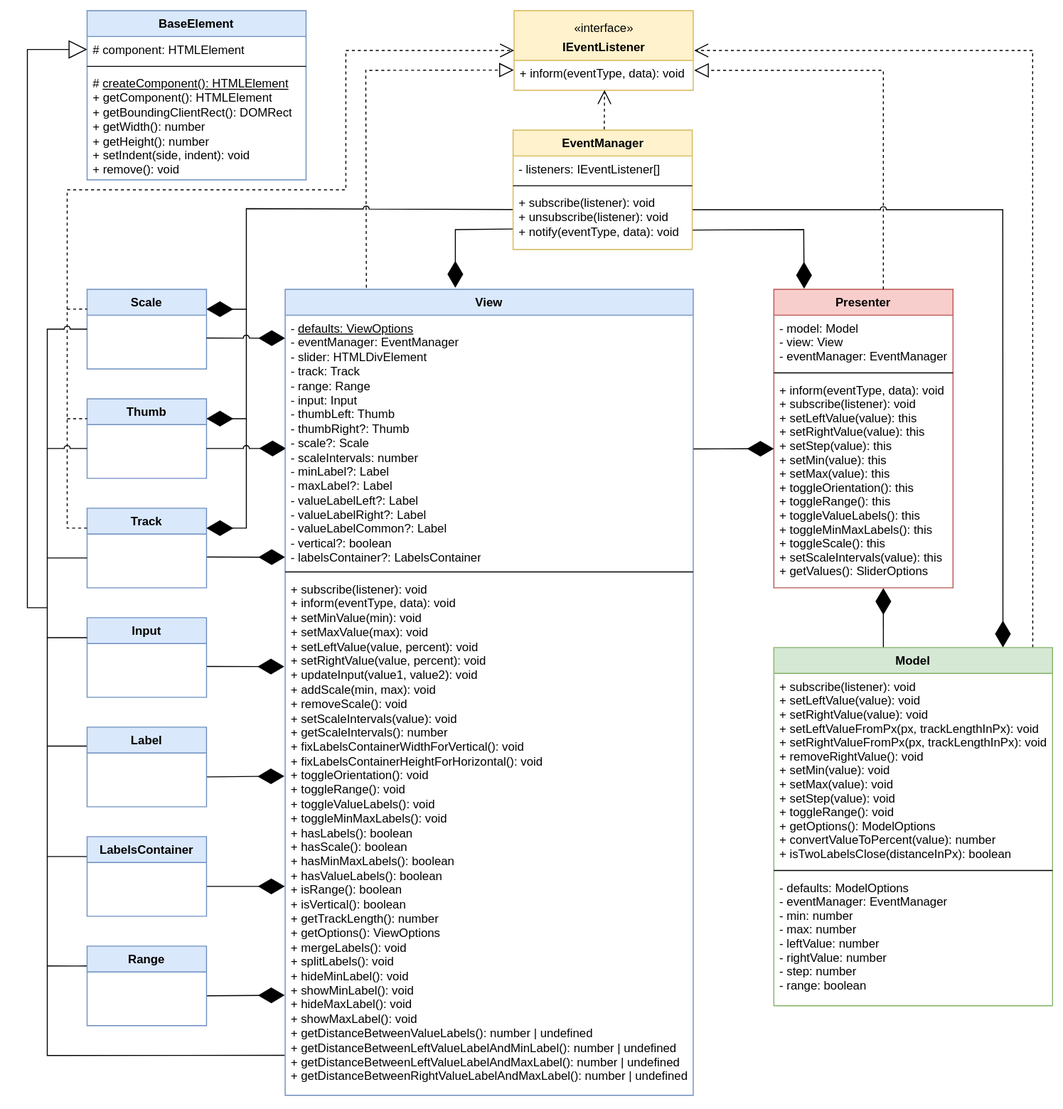
Before: images_for_readme/class-diagram_general-perspective.drawio.svg, a diagram exported from draw.io (Olga-smart/FSD4). Source tidied: cells renumbered, new cells last; positions are measured from the earlier drawing's top-left corner, leaving out a move shared by most shapes.
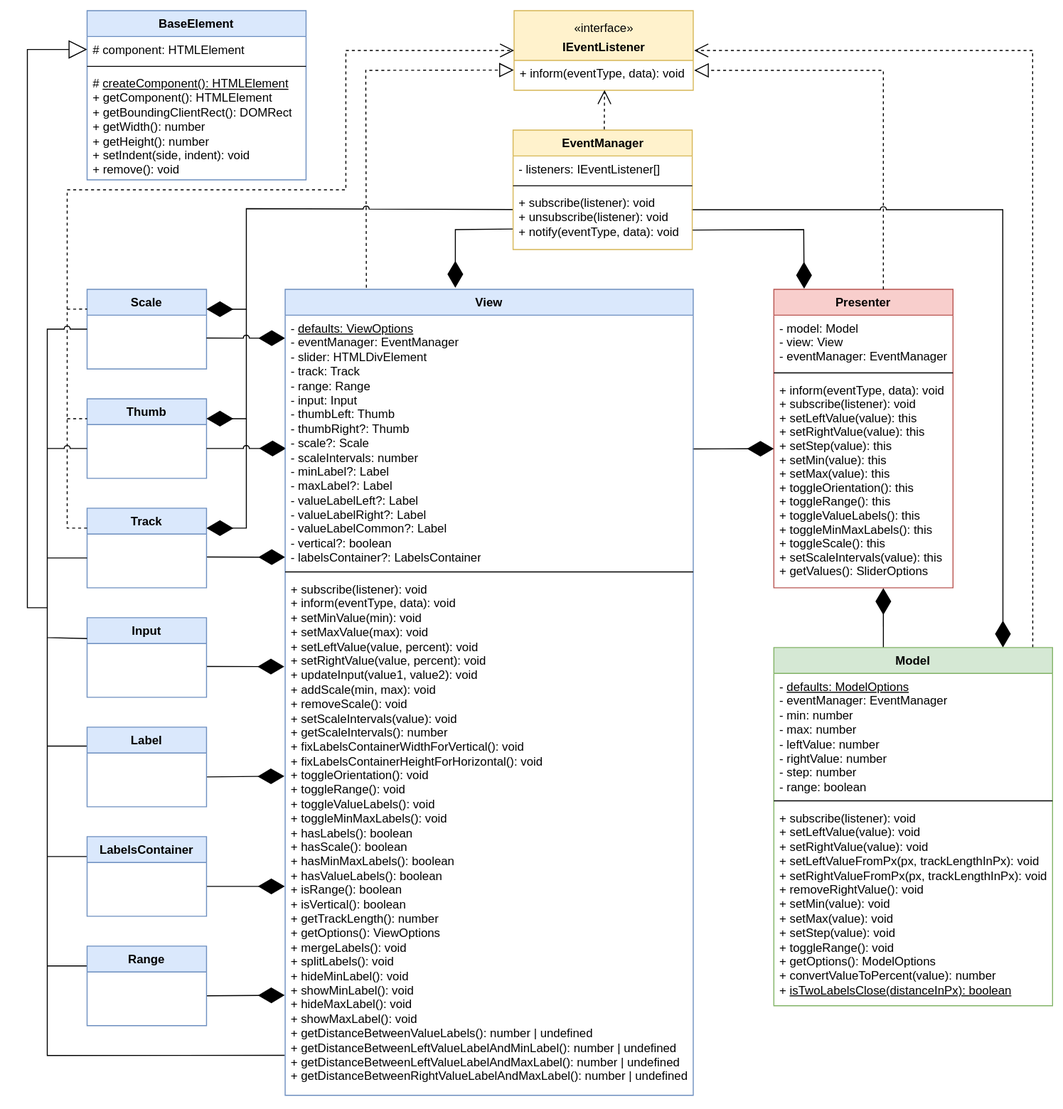
The same file after the commit.

Commit message:
Update class diagram (general perspective)

What changed in the source:
```diff
@@ -295,14 +295,14 @@
     <mxCell id="57" value="Model" style="swimlane;fontStyle=1;align=center;verticalAlign=top;horizontal=1;startSize=26;fillColor=#d5e8d4;strokeColor=#82b366;" parent="1" vertex="1">
       <mxGeometry x="750" y="640" width="280" height="360" as="geometry" />
     </mxCell>
-    <mxCell id="58" value="+ subscribe(listener): void&#10;+ setLeftValue(value): void&#10;+ setRightValue(value): void&#10;+ setLeftValueFromPx(px, trackLengthInPx): void&#10;+ setRightValueFromPx(px, trackLengthInPx): void&#10;+ removeRightValue(): void&#10;+ setMin(value): void&#10;+ setMax(value): void&#10;+ setStep(value): void&#10;+ toggleRange(): void&#10;+ getOptions(): ModelOptions&#10;+ convertValueToPercent(value): number&#10;+ isTwoLabelsClose(distanceInPx): boolean&#10;" style="text;strokeColor=none;fillColor=none;align=left;verticalAlign=top;spacingLeft=4;spacingRight=4;overflow=hidden;" parent="57" vertex="1">
-      <mxGeometry y="26" width="280" height="194" as="geometry" />
+    <mxCell id="58" value="-&amp;nbsp;&lt;u&gt;defaults: ModelOptions&lt;/u&gt;&lt;br&gt;- eventManager: EventManager&lt;br&gt;- min: number&lt;br&gt;- max: number&lt;br&gt;- leftValue: number&lt;br&gt;- rightValue: number&lt;br&gt;- step: number&lt;br&gt;- range: boolean" style="text;strokeColor=none;fillColor=none;align=left;verticalAlign=top;spacingLeft=4;spacingRight=4;overflow=hidden;html=1;" parent="57" vertex="1">
+      <mxGeometry y="26" width="280" height="124" as="geometry" />
     </mxCell>
     <mxCell id="59" style="line;strokeWidth=1;align=left;verticalAlign=middle;spacingTop=-1;spacingLeft=3;spacingRight=3;labelPosition=right;" parent="57" vertex="1">
-      <mxGeometry y="220" width="280" height="8" as="geometry" />
+      <mxGeometry y="150" width="280" height="8" as="geometry" />
     </mxCell>
-    <mxCell id="60" value="- defaults: ModelOptions&#10;- eventManager: EventManager&#10;- min: number&#10;- max: number&#10;- leftValue: number&#10;- rightValue: number&#10;- step: number&#10;- range: boolean" style="text;strokeColor=none;fillColor=none;align=left;verticalAlign=top;spacingLeft=4;spacingRight=4;overflow=hidden;" parent="57" vertex="1">
-      <mxGeometry y="228" width="280" height="132" as="geometry" />
+    <mxCell id="60" value="+ subscribe(listener): void&lt;br&gt;+&amp;nbsp;setLeftValue(value): void&lt;br&gt;+&amp;nbsp;setRightValue(value): void&lt;br&gt;+&amp;nbsp;setLeftValueFromPx(px, trackLengthInPx): void&lt;br&gt;+ setRightValueFromPx(px, trackLengthInPx): void&lt;br&gt;+&amp;nbsp;removeRightValue(): void&lt;br&gt;+ setMin(value): void&lt;br&gt;+ setMax(value): void&lt;br&gt;+&amp;nbsp;setStep(value): void&lt;br&gt;+&amp;nbsp;toggleRange(): void&lt;br&gt;+&amp;nbsp;getOptions(): ModelOptions&lt;br&gt;+&amp;nbsp;convertValueToPercent(value): number&lt;br&gt;+&amp;nbsp;&lt;u&gt;isTwoLabelsClose(distanceInPx): boolean&lt;/u&gt;" style="text;strokeColor=none;fillColor=none;align=left;verticalAlign=top;spacingLeft=4;spacingRight=4;overflow=hidden;html=1;" parent="57" vertex="1">
+      <mxGeometry y="158" width="280" height="202" as="geometry" />
     </mxCell>
   </root>
 </mxGraphModel>
```
